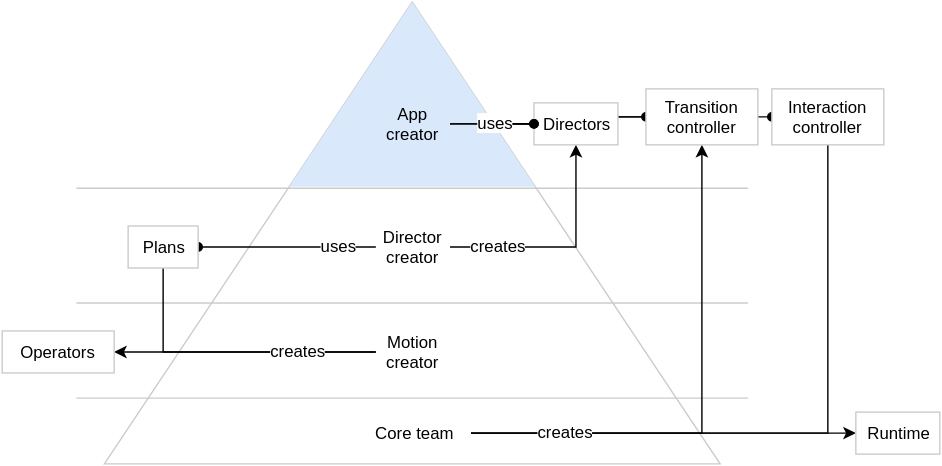
The draw.io diagram assets/L1.svg in material-motion/material-motion, before a commit. Source tidied: cells renumbered, new cells last; positions are measured from the earlier drawing's top-left corner, leaving out a move shared by most shapes.
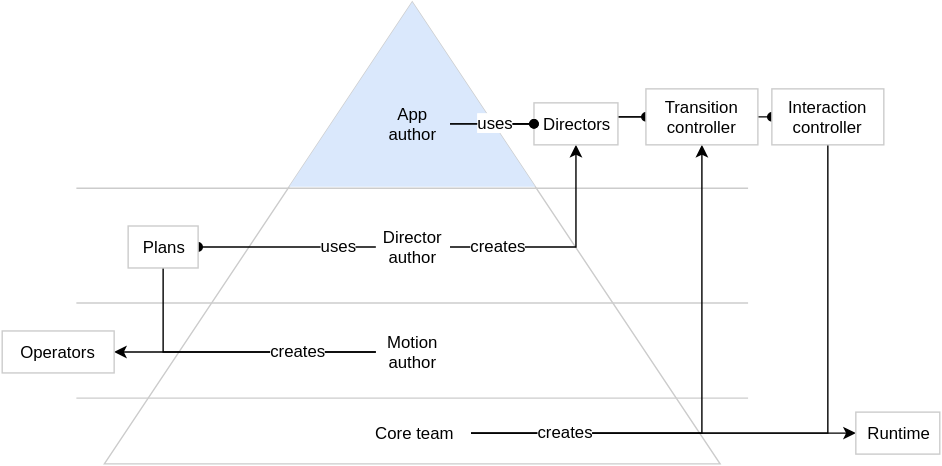
After the change.

Commit message:
Using "author" language

Diff of the diagram source:
```diff
@@ -42,7 +42,7 @@
         <mxPoint x="2" y="-2" as="offset" />
       </mxGeometry>
     </mxCell>
-    <mxCell id="10" value="Director creator" style="text;html=1;strokeColor=none;fillColor=none;align=center;verticalAlign=middle;whiteSpace=wrap;overflow=hidden;" parent="1" vertex="1">
+    <mxCell id="10" value="Director author" style="text;html=1;strokeColor=none;fillColor=none;align=center;verticalAlign=middle;whiteSpace=wrap;overflow=hidden;" parent="1" vertex="1">
       <mxGeometry x="267" y="210" width="53" height="40" as="geometry" />
     </mxCell>
     <mxCell id="11" style="edgeStyle=orthogonalEdgeStyle;rounded=0;html=1;exitX=0;exitY=0.5;entryX=1;entryY=0.5;endArrow=classic;endFill=1;jettySize=auto;strokeColor=#000000;" parent="1" edge="1" source="14" target="23">
@@ -58,7 +58,7 @@
         <mxPoint x="96" y="-1" as="offset" />
       </mxGeometry>
     </mxCell>
-    <mxCell id="14" value="Motion creator" style="text;html=1;strokeColor=none;fillColor=none;align=center;verticalAlign=middle;whiteSpace=wrap;overflow=hidden;" parent="1" vertex="1">
+    <mxCell id="14" value="Motion author" style="text;html=1;strokeColor=none;fillColor=none;align=center;verticalAlign=middle;whiteSpace=wrap;overflow=hidden;" parent="1" vertex="1">
       <mxGeometry x="267" y="285" width="53" height="40" as="geometry" />
     </mxCell>
     <mxCell id="15" style="edgeStyle=orthogonalEdgeStyle;rounded=0;html=1;exitX=1;exitY=0.5;entryX=0;entryY=0.5;endArrow=classic;endFill=1;jettySize=auto;" parent="1" edge="1" source="19" target="20">
@@ -109,7 +109,7 @@
     <mxCell id="28" style="triangle;whiteSpace=wrap;html=1;rotation=-90;strokeColor=none;fillColor=#dae8fc;" parent="1" vertex="1">
       <mxGeometry x="227" y="33" width="132" height="176" as="geometry" />
     </mxCell>
-    <mxCell id="29" value="App creator" style="text;html=1;strokeColor=none;fillColor=none;align=center;verticalAlign=middle;whiteSpace=wrap;overflow=hidden;" parent="1" vertex="1">
+    <mxCell id="29" value="App author" style="text;html=1;strokeColor=none;fillColor=none;align=center;verticalAlign=middle;whiteSpace=wrap;overflow=hidden;" parent="1" vertex="1">
       <mxGeometry x="267" y="122" width="53" height="40" as="geometry" />
     </mxCell>
     <mxCell id="30" style="edgeStyle=orthogonalEdgeStyle;rounded=0;html=1;exitX=1;exitY=0.5;entryX=0;entryY=0.5;startArrow=none;startFill=0;endArrow=oval;endFill=1;jettySize=auto;strokeColor=#000000;" parent="1" edge="1" source="29" target="27">
```
